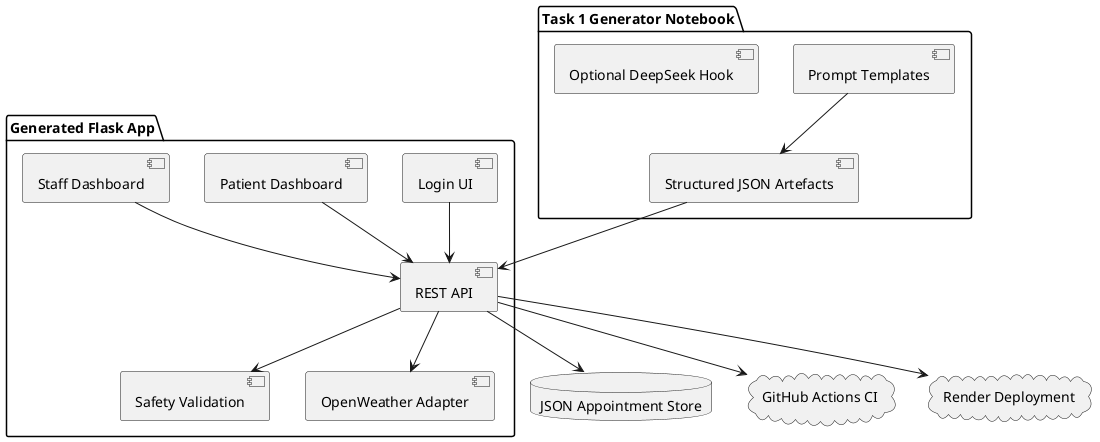
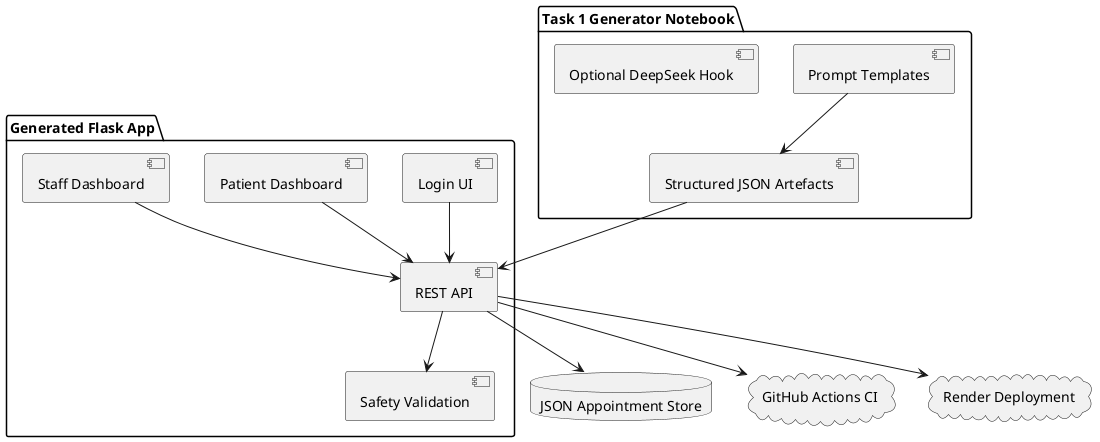
@startuml
package "Task 1 Generator Notebook" {
  [Prompt Templates]
  [Structured JSON Artefacts]
  [Optional DeepSeek Hook]
}
package "Generated Flask App" {
  [Login UI]
  [Patient Dashboard]
  [Staff Dashboard]
  [REST API]
  [Safety Validation]
-   [OpenWeather Adapter]
}
database "JSON Appointment Store" as Store
cloud "GitHub Actions CI" as CI
cloud "Render Deployment" as Render

[Prompt Templates] --> [Structured JSON Artefacts]
[Structured JSON Artefacts] --> [REST API]
[Login UI] --> [REST API]
[Patient Dashboard] --> [REST API]
[Staff Dashboard] --> [REST API]
[REST API] --> Store
- [REST API] --> [OpenWeather Adapter]
[REST API] --> [Safety Validation]
[REST API] --> CI
[REST API] --> Render
@enduml
